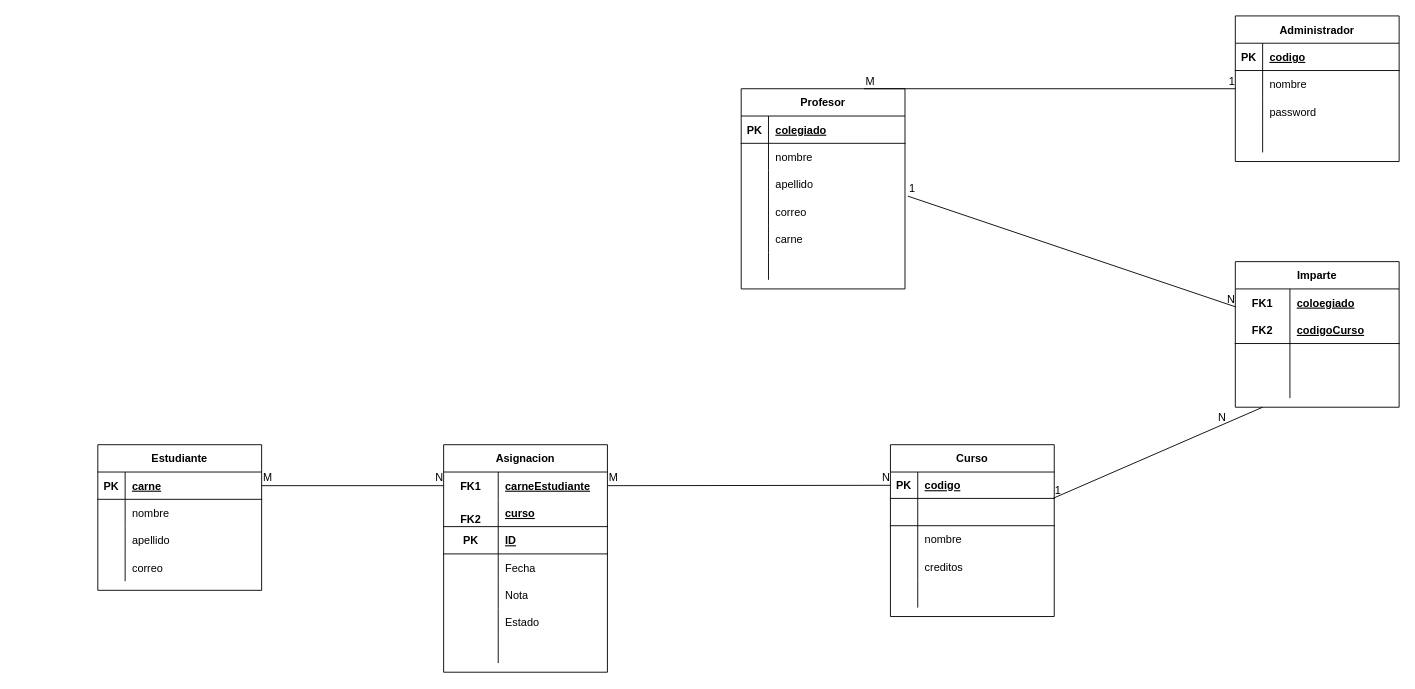
This is mapeo-university.drawio from luisbaquiax/practica-university, a draw.io file, before an edit. Source tidied: cells renumbered, new cells numbered last; positions are measured from the earlier drawing's top-left corner, leaving out a move shared by most shapes. Both pictures are drawn from the tidied source at 91%, with x=0, y=0 at pixel (97, 15).
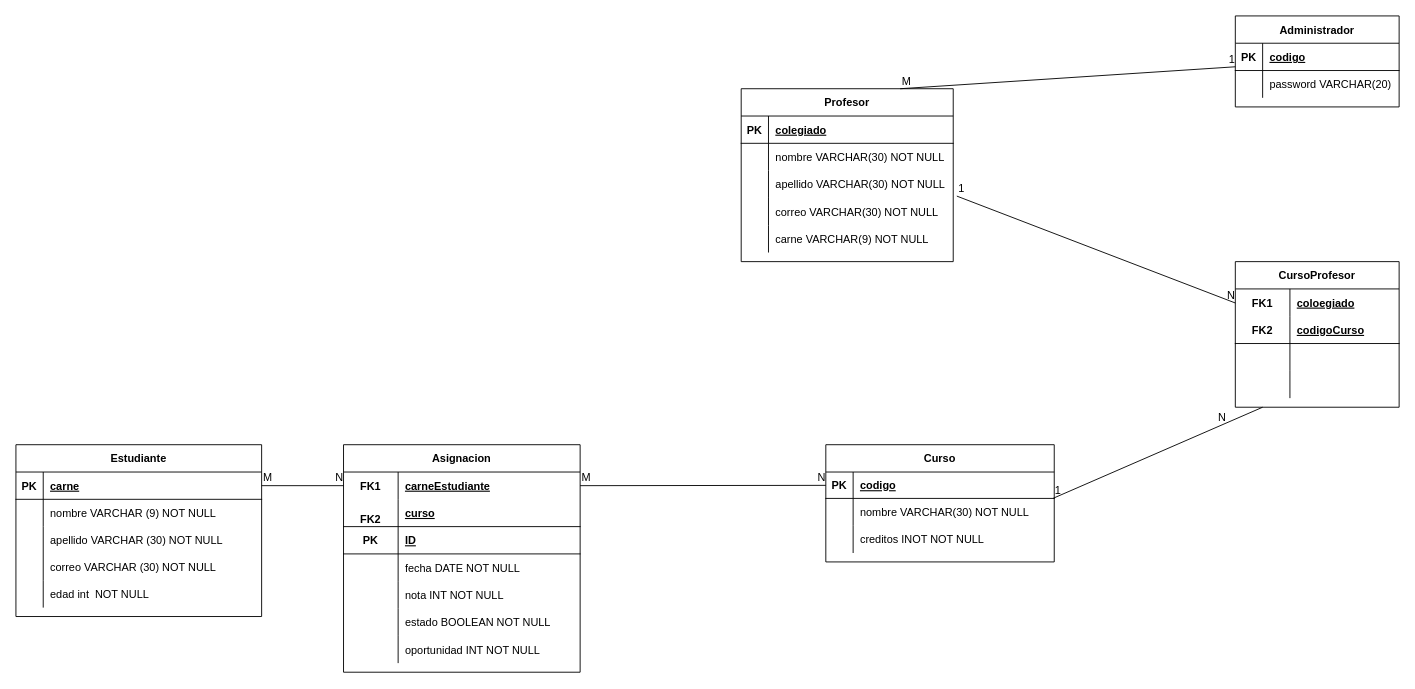
The same diagram, later.

Diff of the diagram source:
```diff
@@
     <mxCell id="2" value="Estudiante" style="shape=table;startSize=30;childLayout=tableLayout;rowLines=0;fontStyle=1;align=center;" parent="1" vertex="1">
-      <mxGeometry y="471.2" width="180" height="160" as="geometry" />
+      <mxGeometry x="-90" y="471.2" width="270" height="188.8" as="geometry" />
     </mxCell>
     <mxCell id="3" style="shape=tableRow;horizontal=0;startSize=0;swimlaneHead=0;swimlaneBody=0;fillColor=none;points=[[0,0.5],[1,0.5]];portConstraint=eastwest;top=0;left=0;right=0;bottom=1;" parent="2" vertex="1">
-      <mxGeometry y="30" width="180" height="30" as="geometry" />
+      <mxGeometry y="30" width="270" height="30" as="geometry" />
     </mxCell>
@@
     <mxCell id="5" value="carne" style="shape=partialRectangle;fillColor=none;top=0;left=0;bottom=0;right=0;align=left;spacingLeft=6;fontStyle=5;overflow=hidden;" parent="3" vertex="1">
-      <mxGeometry x="30" width="150" height="30" as="geometry" />
+      <mxGeometry x="30" width="240" height="30" as="geometry" />
     </mxCell>
     <mxCell id="6" style="shape=tableRow;horizontal=0;startSize=0;swimlaneHead=0;swimlaneBody=0;fillColor=none;top=0;left=0;right=0;bottom=0;" parent="2" vertex="1">
-      <mxGeometry y="60" width="180" height="30" as="geometry" />
+      <mxGeometry y="60" width="270" height="30" as="geometry" />
     </mxCell>
@@
-    <mxCell id="8" value="nombre" style="shape=partialRectangle;fillColor=none;top=0;left=0;bottom=0;right=0;align=left;spacingLeft=6;overflow=hidden;" parent="6" vertex="1">
-      <mxGeometry x="30" width="150" height="30" as="geometry" />
+    <mxCell id="8" value="nombre VARCHAR (9) NOT NULL" style="shape=partialRectangle;fillColor=none;top=0;left=0;bottom=0;right=0;align=left;spacingLeft=6;overflow=hidden;" parent="6" vertex="1">
+      <mxGeometry x="30" width="240" height="30" as="geometry" />
     </mxCell>
     <mxCell id="9" style="shape=tableRow;horizontal=0;startSize=0;swimlaneHead=0;swimlaneBody=0;fillColor=none;top=0;left=0;right=0;bottom=0;" parent="2" vertex="1">
-      <mxGeometry y="90" width="180" height="30" as="geometry" />
+      <mxGeometry y="90" width="270" height="29" as="geometry" />
     </mxCell>
     <mxCell id="10" style="shape=partialRectangle;fillColor=none;top=0;left=0;bottom=0;right=0;overflow=hidden;" parent="9" vertex="1">
-      <mxGeometry width="30" height="30" as="geometry" />
+      <mxGeometry width="30" height="29" as="geometry" />
     </mxCell>
-    <mxCell id="11" value="apellido" style="shape=partialRectangle;fillColor=none;top=0;left=0;bottom=0;right=0;align=left;spacingLeft=6;overflow=hidden;" parent="9" vertex="1">
-      <mxGeometry x="30" width="150" height="30" as="geometry" />
+    <mxCell id="11" value="apellido VARCHAR (30) NOT NULL" style="shape=partialRectangle;fillColor=none;top=0;left=0;bottom=0;right=0;align=left;spacingLeft=6;overflow=hidden;" parent="9" vertex="1">
+      <mxGeometry x="30" width="240" height="29" as="geometry" />
     </mxCell>
     <mxCell id="12" style="shape=tableRow;horizontal=0;startSize=0;swimlaneHead=0;swimlaneBody=0;fillColor=none;top=0;left=0;right=0;bottom=0;" parent="2" vertex="1">
-      <mxGeometry y="120" width="180" height="30" as="geometry" />
+      <mxGeometry y="119" width="270" height="30" as="geometry" />
     </mxCell>
@@
-    <mxCell id="14" value="correo" style="shape=partialRectangle;fillColor=none;top=0;left=0;bottom=0;right=0;align=left;spacingLeft=6;overflow=hidden;" parent="12" vertex="1">
-      <mxGeometry x="30" width="150" height="30" as="geometry" />
+    <mxCell id="14" value="correo VARCHAR (30) NOT NULL" style="shape=partialRectangle;fillColor=none;top=0;left=0;bottom=0;right=0;align=left;spacingLeft=6;overflow=hidden;" parent="12" vertex="1">
+      <mxGeometry x="30" width="240" height="30" as="geometry" />
     </mxCell>
+    <mxCell id="113" style="shape=tableRow;horizontal=0;startSize=0;swimlaneHead=0;swimlaneBody=0;fillColor=none;top=0;left=0;right=0;bottom=0;" parent="2" vertex="1">
+      <mxGeometry y="149" width="270" height="30" as="geometry" />
+    </mxCell>
+    <mxCell id="114" style="shape=partialRectangle;fillColor=none;top=0;left=0;bottom=0;right=0;overflow=hidden;" parent="113" vertex="1">
+      <mxGeometry width="30" height="30" as="geometry" />
+    </mxCell>
+    <mxCell id="115" value="edad int  NOT NULL" style="shape=partialRectangle;fillColor=none;top=0;left=0;bottom=0;right=0;align=left;spacingLeft=6;overflow=hidden;" parent="113" vertex="1">
+      <mxGeometry x="30" width="240" height="30" as="geometry" />
+    </mxCell>
     <mxCell id="15" value="Profesor" style="shape=table;startSize=30;childLayout=tableLayout;rowLines=0;fontStyle=1;align=center;" parent="1" vertex="1">
-      <mxGeometry x="707" y="80" width="180" height="220" as="geometry" />
+      <mxGeometry x="707" y="80" width="233" height="190" as="geometry" />
     </mxCell>
     <mxCell id="16" style="shape=tableRow;horizontal=0;startSize=0;swimlaneHead=0;swimlaneBody=0;fillColor=none;top=0;left=0;right=0;bottom=1;" parent="15" vertex="1">
-      <mxGeometry y="30" width="180" height="30" as="geometry" />
+      <mxGeometry y="30" width="233" height="30" as="geometry" />
     </mxCell>
@@
     <mxCell id="18" value="colegiado" style="shape=partialRectangle;fillColor=none;top=0;left=0;bottom=0;right=0;align=left;spacingLeft=6;fontStyle=5;overflow=hidden;" parent="16" vertex="1">
-      <mxGeometry x="30" width="150" height="30" as="geometry" />
+      <mxGeometry x="30" width="203" height="30" as="geometry" />
     </mxCell>
     <mxCell id="19" style="shape=tableRow;horizontal=0;startSize=0;swimlaneHead=0;swimlaneBody=0;fillColor=none;top=0;left=0;right=0;bottom=0;" parent="15" vertex="1">
-      <mxGeometry y="60" width="180" height="30" as="geometry" />
+      <mxGeometry y="60" width="233" height="30" as="geometry" />
     </mxCell>
@@
-    <mxCell id="21" value="nombre" style="shape=partialRectangle;fillColor=none;top=0;left=0;bottom=0;right=0;align=left;spacingLeft=6;overflow=hidden;" parent="19" vertex="1">
-      <mxGeometry x="30" width="150" height="30" as="geometry" />
+    <mxCell id="21" value="nombre VARCHAR(30) NOT NULL " style="shape=partialRectangle;fillColor=none;top=0;left=0;bottom=0;right=0;align=left;spacingLeft=6;overflow=hidden;" parent="19" vertex="1">
+      <mxGeometry x="30" width="203" height="30" as="geometry" />
     </mxCell>
     <mxCell id="22" style="shape=tableRow;horizontal=0;startSize=0;swimlaneHead=0;swimlaneBody=0;fillColor=none;top=0;left=0;right=0;bottom=0;" parent="15" vertex="1">
-      <mxGeometry y="90" width="180" height="30" as="geometry" />
+      <mxGeometry y="90" width="233" height="30" as="geometry" />
     </mxCell>
@@
-    <mxCell id="24" value="apellido" style="shape=partialRectangle;fillColor=none;top=0;left=0;bottom=0;right=0;align=left;spacingLeft=6;overflow=hidden;" parent="22" vertex="1">
-      <mxGeometry x="30" width="150" height="30" as="geometry" />
+    <mxCell id="24" value="apellido VARCHAR(30) NOT NULL " style="shape=partialRectangle;fillColor=none;top=0;left=0;bottom=0;right=0;align=left;spacingLeft=6;overflow=hidden;" parent="22" vertex="1">
+      <mxGeometry x="30" width="203" height="30" as="geometry" />
     </mxCell>
     <mxCell id="25" style="shape=tableRow;horizontal=0;startSize=0;swimlaneHead=0;swimlaneBody=0;fillColor=none;points=[[0,0.5],[1,0.5]];portConstraint=eastwest;top=0;left=0;right=0;bottom=0;" parent="15" vertex="1">
-      <mxGeometry y="120" width="180" height="30" as="geometry" />
+      <mxGeometry y="120" width="233" height="30" as="geometry" />
     </mxCell>
@@
-    <mxCell id="27" value="correo" style="shape=partialRectangle;fillColor=none;top=0;left=0;bottom=0;right=0;align=left;spacingLeft=6;overflow=hidden;" parent="25" vertex="1">
-      <mxGeometry x="30" width="150" height="30" as="geometry" />
+    <mxCell id="27" value="correo VARCHAR(30) NOT NULL " style="shape=partialRectangle;fillColor=none;top=0;left=0;bottom=0;right=0;align=left;spacingLeft=6;overflow=hidden;" parent="25" vertex="1">
+      <mxGeometry x="30" width="203" height="30" as="geometry" />
     </mxCell>
     <mxCell id="28" style="shape=tableRow;horizontal=0;startSize=0;swimlaneHead=0;swimlaneBody=0;fillColor=none;top=0;left=0;right=0;bottom=0;" parent="15" vertex="1">
-      <mxGeometry y="150" width="180" height="30" as="geometry" />
+      <mxGeometry y="150" width="233" height="30" as="geometry" />
     </mxCell>
@@
-    <mxCell id="30" value="carne" style="shape=partialRectangle;fillColor=none;top=0;left=0;bottom=0;right=0;align=left;spacingLeft=6;overflow=hidden;" parent="28" vertex="1">
-      <mxGeometry x="30" width="150" height="30" as="geometry" />
+    <mxCell id="30" value="carne VARCHAR(9) NOT NULL " style="shape=partialRectangle;fillColor=none;top=0;left=0;bottom=0;right=0;align=left;spacingLeft=6;overflow=hidden;" parent="28" vertex="1">
+      <mxGeometry x="30" width="203" height="30" as="geometry" />
     </mxCell>
-    <mxCell id="31" style="shape=tableRow;horizontal=0;startSize=0;swimlaneHead=0;swimlaneBody=0;fillColor=none;top=0;left=0;right=0;bottom=0;" parent="15" vertex="1">
-      <mxGeometry y="180" width="180" height="30" as="geometry" />
-    </mxCell>
-    <mxCell id="32" style="shape=partialRectangle;fillColor=none;top=0;left=0;bottom=0;right=0;overflow=hidden;" parent="31" vertex="1">
-      <mxGeometry width="30" height="30" as="geometry" />
-    </mxCell>
-    <mxCell id="33" style="shape=partialRectangle;fillColor=none;top=0;left=0;bottom=0;right=0;align=left;spacingLeft=6;overflow=hidden;" parent="31" vertex="1">
-      <mxGeometry x="30" width="150" height="30" as="geometry" />
-    </mxCell>
     <mxCell id="34" value="Curso" style="shape=table;startSize=30;childLayout=tableLayout;rowLines=0;fontStyle=1;align=center;" parent="1" vertex="1">
-      <mxGeometry x="871" y="471.2" width="180" height="188.8" as="geometry" />
+      <mxGeometry x="800" y="471.2" width="251" height="128.8" as="geometry" />
     </mxCell>
     <mxCell id="35" style="shape=tableRow;horizontal=0;startSize=0;swimlaneHead=0;swimlaneBody=0;fillColor=none;points=[[0,0.5],[1,0.5]];portConstraint=eastwest;top=0;left=0;right=0;bottom=1;" parent="34" vertex="1">
-      <mxGeometry y="30" width="180" height="29" as="geometry" />
+      <mxGeometry y="30" width="251" height="29" as="geometry" />
     </mxCell>
@@
     <mxCell id="37" value="codigo" style="shape=partialRectangle;fillColor=none;top=0;left=0;bottom=0;right=0;align=left;spacingLeft=6;fontStyle=5;overflow=hidden;" parent="35" vertex="1">
-      <mxGeometry x="30" width="150" height="29" as="geometry" />
+      <mxGeometry x="30" width="221" height="29" as="geometry" />
     </mxCell>
-    <mxCell id="38" style="shape=tableRow;horizontal=0;startSize=0;swimlaneHead=0;swimlaneBody=0;fillColor=none;top=0;left=0;right=0;bottom=1;" parent="34" vertex="1">
-      <mxGeometry y="59" width="180" height="30" as="geometry" />
-    </mxCell>
-    <mxCell id="39" style="shape=partialRectangle;fillColor=none;top=0;left=0;bottom=0;right=0;fontStyle=1;overflow=hidden;" parent="38" vertex="1">
-      <mxGeometry width="30" height="30" as="geometry" />
-    </mxCell>
-    <mxCell id="40" style="shape=partialRectangle;fillColor=none;top=0;left=0;bottom=0;right=0;align=left;spacingLeft=6;fontStyle=5;overflow=hidden;" parent="38" vertex="1">
-      <mxGeometry x="30" width="150" height="30" as="geometry" />
-    </mxCell>
     <mxCell id="41" style="shape=tableRow;horizontal=0;startSize=0;swimlaneHead=0;swimlaneBody=0;fillColor=none;top=0;left=0;right=0;bottom=0;" parent="34" vertex="1">
-      <mxGeometry y="89" width="180" height="30" as="geometry" />
+      <mxGeometry y="59" width="251" height="30" as="geometry" />
     </mxCell>
@@
-    <mxCell id="43" value="nombre" style="shape=partialRectangle;fillColor=none;top=0;left=0;bottom=0;right=0;align=left;spacingLeft=6;overflow=hidden;" parent="41" vertex="1">
-      <mxGeometry x="30" width="150" height="30" as="geometry" />
+    <mxCell id="43" value="nombre VARCHAR(30) NOT NULL" style="shape=partialRectangle;fillColor=none;top=0;left=0;bottom=0;right=0;align=left;spacingLeft=6;overflow=hidden;" parent="41" vertex="1">
+      <mxGeometry x="30" width="221" height="30" as="geometry" />
     </mxCell>
     <mxCell id="44" style="shape=tableRow;horizontal=0;startSize=0;swimlaneHead=0;swimlaneBody=0;fillColor=none;top=0;left=0;right=0;bottom=0;" parent="34" vertex="1">
-      <mxGeometry y="119" width="180" height="30" as="geometry" />
+      <mxGeometry y="89" width="251" height="30" as="geometry" />
     </mxCell>
@@
-    <mxCell id="46" value="creditos" style="shape=partialRectangle;fillColor=none;top=0;left=0;bottom=0;right=0;align=left;spacingLeft=6;overflow=hidden;" parent="44" vertex="1">
-      <mxGeometry x="30" width="150" height="30" as="geometry" />
+    <mxCell id="46" value="creditos INOT NOT NULL" style="shape=partialRectangle;fillColor=none;top=0;left=0;bottom=0;right=0;align=left;spacingLeft=6;overflow=hidden;" parent="44" vertex="1">
+      <mxGeometry x="30" width="221" height="30" as="geometry" />
     </mxCell>
-    <mxCell id="47" style="shape=tableRow;horizontal=0;startSize=0;swimlaneHead=0;swimlaneBody=0;fillColor=none;top=0;left=0;right=0;bottom=0;" parent="34" vertex="1">
-      <mxGeometry y="149" width="180" height="30" as="geometry" />
-    </mxCell>
-    <mxCell id="48" style="shape=partialRectangle;fillColor=none;top=0;left=0;bottom=0;right=0;overflow=hidden;" parent="47" vertex="1">
-      <mxGeometry width="30" height="30" as="geometry" />
-    </mxCell>
-    <mxCell id="49" style="shape=partialRectangle;fillColor=none;top=0;left=0;bottom=0;right=0;align=left;spacingLeft=6;overflow=hidden;" parent="47" vertex="1">
-      <mxGeometry x="30" width="150" height="30" as="geometry" />
-    </mxCell>
     <mxCell id="50" value="Asignacion" style="shape=table;startSize=30;childLayout=tableLayout;rowLines=0;fontStyle=1;align=center;" parent="1" vertex="1">
-      <mxGeometry x="380" y="471.2" width="180" height="250" as="geometry" />
+      <mxGeometry x="270" y="471.2" width="260" height="250" as="geometry" />
     </mxCell>
     <mxCell id="51" style="shape=tableRow;horizontal=0;startSize=0;swimlaneHead=0;swimlaneBody=0;fillColor=none;points=[[0,0.5],[1,0.5]];portConstraint=eastwest;top=0;left=0;right=0;bottom=0;" parent="50" vertex="1">
-      <mxGeometry y="30" width="180" height="30" as="geometry" />
+      <mxGeometry y="30" width="260" height="30" as="geometry" />
     </mxCell>
@@
     <mxCell id="53" value="carneEstudiante" style="shape=partialRectangle;fillColor=none;top=0;left=0;bottom=0;right=0;align=left;spacingLeft=6;fontStyle=5;overflow=hidden;" parent="51" vertex="1">
-      <mxGeometry x="60" width="120" height="30" as="geometry" />
+      <mxGeometry x="60" width="200" height="30" as="geometry" />
     </mxCell>
     <mxCell id="54" style="shape=tableRow;horizontal=0;startSize=0;swimlaneHead=0;swimlaneBody=0;fillColor=none;top=0;left=0;right=0;bottom=1;" parent="50" vertex="1">
-      <mxGeometry y="60" width="180" height="30" as="geometry" />
+      <mxGeometry y="60" width="260" height="30" as="geometry" />
     </mxCell>
@@
     <mxCell id="56" value="curso" style="shape=partialRectangle;fillColor=none;top=0;left=0;bottom=0;right=0;align=left;spacingLeft=6;fontStyle=5;overflow=hidden;" parent="54" vertex="1">
-      <mxGeometry x="60" width="120" height="30" as="geometry" />
+      <mxGeometry x="60" width="200" height="30" as="geometry" />
     </mxCell>
     <mxCell id="57" style="shape=tableRow;horizontal=0;startSize=0;swimlaneHead=0;swimlaneBody=0;fillColor=none;top=0;left=0;right=0;bottom=1;" parent="50" vertex="1">
-      <mxGeometry y="90" width="180" height="30" as="geometry" />
+      <mxGeometry y="90" width="260" height="30" as="geometry" />
     </mxCell>
@@
     <mxCell id="59" value="ID" style="shape=partialRectangle;fillColor=none;top=0;left=0;bottom=0;right=0;align=left;spacingLeft=6;fontStyle=5;overflow=hidden;" parent="57" vertex="1">
-      <mxGeometry x="60" width="120" height="30" as="geometry" />
+      <mxGeometry x="60" width="200" height="30" as="geometry" />
     </mxCell>
     <mxCell id="60" style="shape=tableRow;horizontal=0;startSize=0;swimlaneHead=0;swimlaneBody=0;fillColor=none;top=0;left=0;right=0;bottom=0;" parent="50" vertex="1">
-      <mxGeometry y="120" width="180" height="30" as="geometry" />
+      <mxGeometry y="120" width="260" height="30" as="geometry" />
     </mxCell>
@@
-    <mxCell id="62" value="Fecha" style="shape=partialRectangle;fillColor=none;top=0;left=0;bottom=0;right=0;align=left;spacingLeft=6;overflow=hidden;" parent="60" vertex="1">
-      <mxGeometry x="60" width="120" height="30" as="geometry" />
+    <mxCell id="62" value="fecha DATE NOT NULL" style="shape=partialRectangle;fillColor=none;top=0;left=0;bottom=0;right=0;align=left;spacingLeft=6;overflow=hidden;" parent="60" vertex="1">
+      <mxGeometry x="60" width="200" height="30" as="geometry" />
     </mxCell>
     <mxCell id="63" style="shape=tableRow;horizontal=0;startSize=0;swimlaneHead=0;swimlaneBody=0;fillColor=none;top=0;left=0;right=0;bottom=0;" parent="50" vertex="1">
-      <mxGeometry y="150" width="180" height="30" as="geometry" />
+      <mxGeometry y="150" width="260" height="30" as="geometry" />
     </mxCell>
@@
-    <mxCell id="65" value="Nota" style="shape=partialRectangle;fillColor=none;top=0;left=0;bottom=0;right=0;align=left;spacingLeft=6;overflow=hidden;" parent="63" vertex="1">
-      <mxGeometry x="60" width="120" height="30" as="geometry" />
+    <mxCell id="65" value="nota INT NOT NULL" style="shape=partialRectangle;fillColor=none;top=0;left=0;bottom=0;right=0;align=left;spacingLeft=6;overflow=hidden;" parent="63" vertex="1">
+      <mxGeometry x="60" width="200" height="30" as="geometry" />
     </mxCell>
     <mxCell id="66" style="shape=tableRow;horizontal=0;startSize=0;swimlaneHead=0;swimlaneBody=0;fillColor=none;top=0;left=0;right=0;bottom=0;" parent="50" vertex="1">
-      <mxGeometry y="180" width="180" height="30" as="geometry" />
+      <mxGeometry y="180" width="260" height="30" as="geometry" />
     </mxCell>
@@
-    <mxCell id="68" value="Estado" style="shape=partialRectangle;fillColor=none;top=0;left=0;bottom=0;right=0;align=left;spacingLeft=6;overflow=hidden;" parent="66" vertex="1">
-      <mxGeometry x="60" width="120" height="30" as="geometry" />
+    <mxCell id="68" value="estado BOOLEAN NOT NULL" style="shape=partialRectangle;fillColor=none;top=0;left=0;bottom=0;right=0;align=left;spacingLeft=6;overflow=hidden;" parent="66" vertex="1">
+      <mxGeometry x="60" width="200" height="30" as="geometry" />
     </mxCell>
     <mxCell id="69" style="shape=tableRow;horizontal=0;startSize=0;swimlaneHead=0;swimlaneBody=0;fillColor=none;top=0;left=0;right=0;bottom=0;" parent="50" vertex="1">
-      <mxGeometry y="210" width="180" height="30" as="geometry" />
+      <mxGeometry y="210" width="260" height="30" as="geometry" />
     </mxCell>
@@
-    <mxCell id="71" style="shape=partialRectangle;fillColor=none;top=0;left=0;bottom=0;right=0;align=left;spacingLeft=6;overflow=hidden;" parent="69" vertex="1">
-      <mxGeometry x="60" width="120" height="30" as="geometry" />
+    <mxCell id="71" value="oportunidad INT NOT NULL" style="shape=partialRectangle;fillColor=none;top=0;left=0;bottom=0;right=0;align=left;spacingLeft=6;overflow=hidden;" parent="69" vertex="1">
+      <mxGeometry x="60" width="200" height="30" as="geometry" />
     </mxCell>
@@
     <mxCell id="81" value="Administrador" style="shape=table;startSize=30;childLayout=tableLayout;rowLines=0;fontStyle=1;align=center;" parent="1" vertex="1">
-      <mxGeometry x="1250" width="180" height="160" as="geometry" />
+      <mxGeometry x="1250" width="180" height="100" as="geometry" />
     </mxCell>
@@
-    <mxCell id="85" style="shape=tableRow;horizontal=0;startSize=0;swimlaneHead=0;swimlaneBody=0;fillColor=none;top=0;left=0;right=0;bottom=0;" parent="81" vertex="1">
-      <mxGeometry y="60" width="180" height="30" as="geometry" />
-    </mxCell>
-    <mxCell id="86" style="shape=partialRectangle;fillColor=none;top=0;left=0;bottom=0;right=0;overflow=hidden;" parent="85" vertex="1">
-      <mxGeometry width="30" height="30" as="geometry" />
-    </mxCell>
-    <mxCell id="87" value="nombre" style="shape=partialRectangle;fillColor=none;top=0;left=0;bottom=0;right=0;align=left;spacingLeft=6;overflow=hidden;" parent="85" vertex="1">
-      <mxGeometry x="30" width="150" height="30" as="geometry" />
-    </mxCell>
     <mxCell id="88" style="shape=tableRow;horizontal=0;startSize=0;swimlaneHead=0;swimlaneBody=0;fillColor=none;top=0;left=0;right=0;bottom=0;" parent="81" vertex="1">
-      <mxGeometry y="90" width="180" height="30" as="geometry" />
+      <mxGeometry y="60" width="180" height="30" as="geometry" />
     </mxCell>
@@
-    <mxCell id="90" value="password" style="shape=partialRectangle;fillColor=none;top=0;left=0;bottom=0;right=0;align=left;spacingLeft=6;overflow=hidden;" parent="88" vertex="1">
+    <mxCell id="90" value="password VARCHAR(20)" style="shape=partialRectangle;fillColor=none;top=0;left=0;bottom=0;right=0;align=left;spacingLeft=6;overflow=hidden;" parent="88" vertex="1">
       <mxGeometry x="30" width="150" height="30" as="geometry" />
     </mxCell>
-    <mxCell id="91" style="shape=tableRow;horizontal=0;startSize=0;swimlaneHead=0;swimlaneBody=0;fillColor=none;top=0;left=0;right=0;bottom=0;" parent="81" vertex="1">
-      <mxGeometry y="120" width="180" height="30" as="geometry" />
-    </mxCell>
-    <mxCell id="92" style="shape=partialRectangle;fillColor=none;top=0;left=0;bottom=0;right=0;overflow=hidden;" parent="91" vertex="1">
-      <mxGeometry width="30" height="30" as="geometry" />
-    </mxCell>
-    <mxCell id="93" style="shape=partialRectangle;fillColor=none;top=0;left=0;bottom=0;right=0;align=left;spacingLeft=6;overflow=hidden;" parent="91" vertex="1">
-      <mxGeometry x="30" width="150" height="30" as="geometry" />
-    </mxCell>
@@
-    <mxCell id="97" value="Imparte" style="shape=table;startSize=30;childLayout=tableLayout;rowLines=0;fontStyle=1;align=center;" parent="1" vertex="1">
+    <mxCell id="97" value="CursoProfesor" style="shape=table;startSize=30;childLayout=tableLayout;rowLines=0;fontStyle=1;align=center;" parent="1" vertex="1">
       <mxGeometry x="1250" y="270" width="180" height="160" as="geometry" />
     </mxCell>
```
